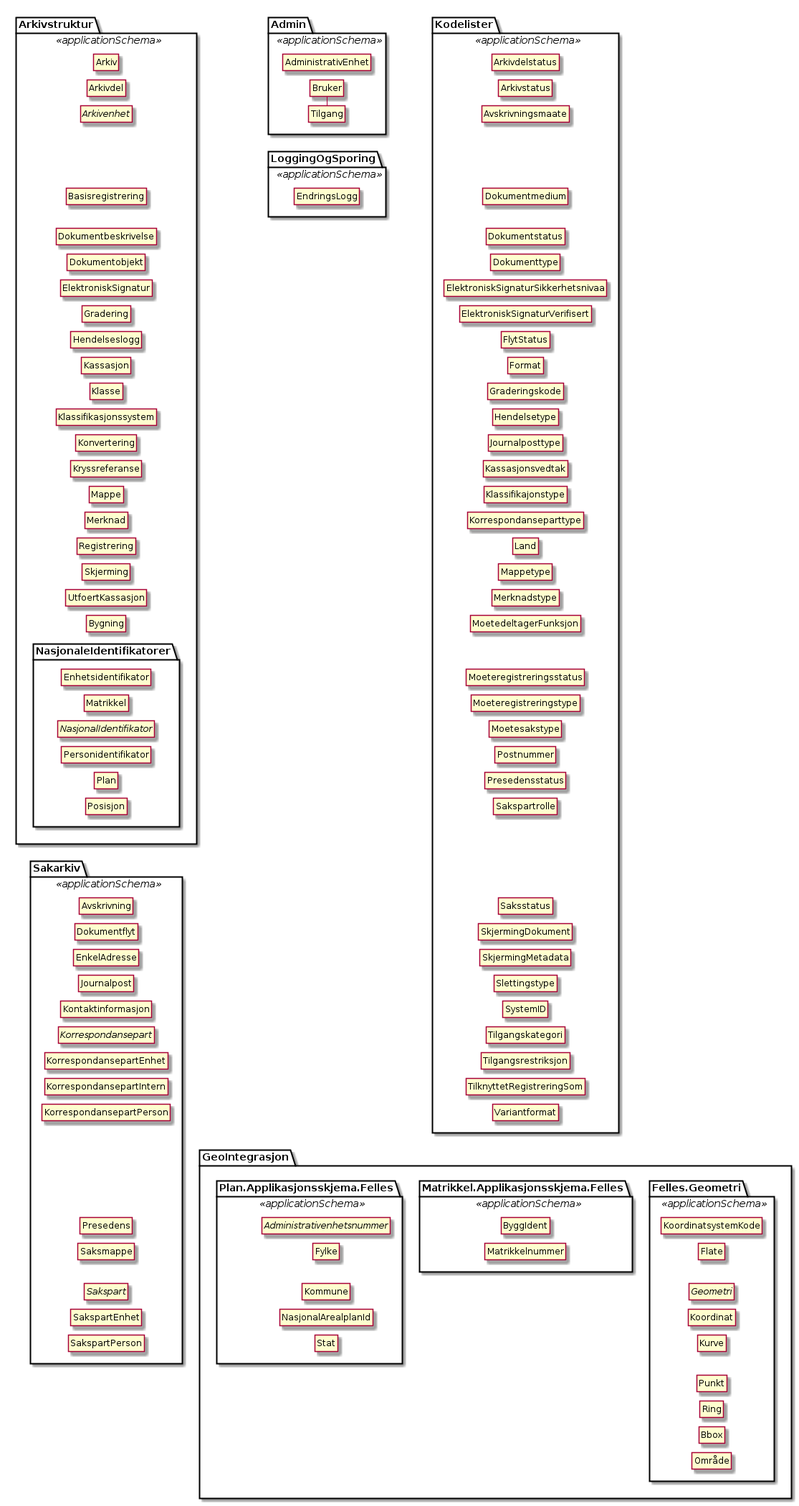
This is kapitler/media/uml-pakker-og-tilhoerende-klasser.png from arkivverket/noark5-tjenestegrensesnitt-standard, a PlantUML export, as it was before one commit.
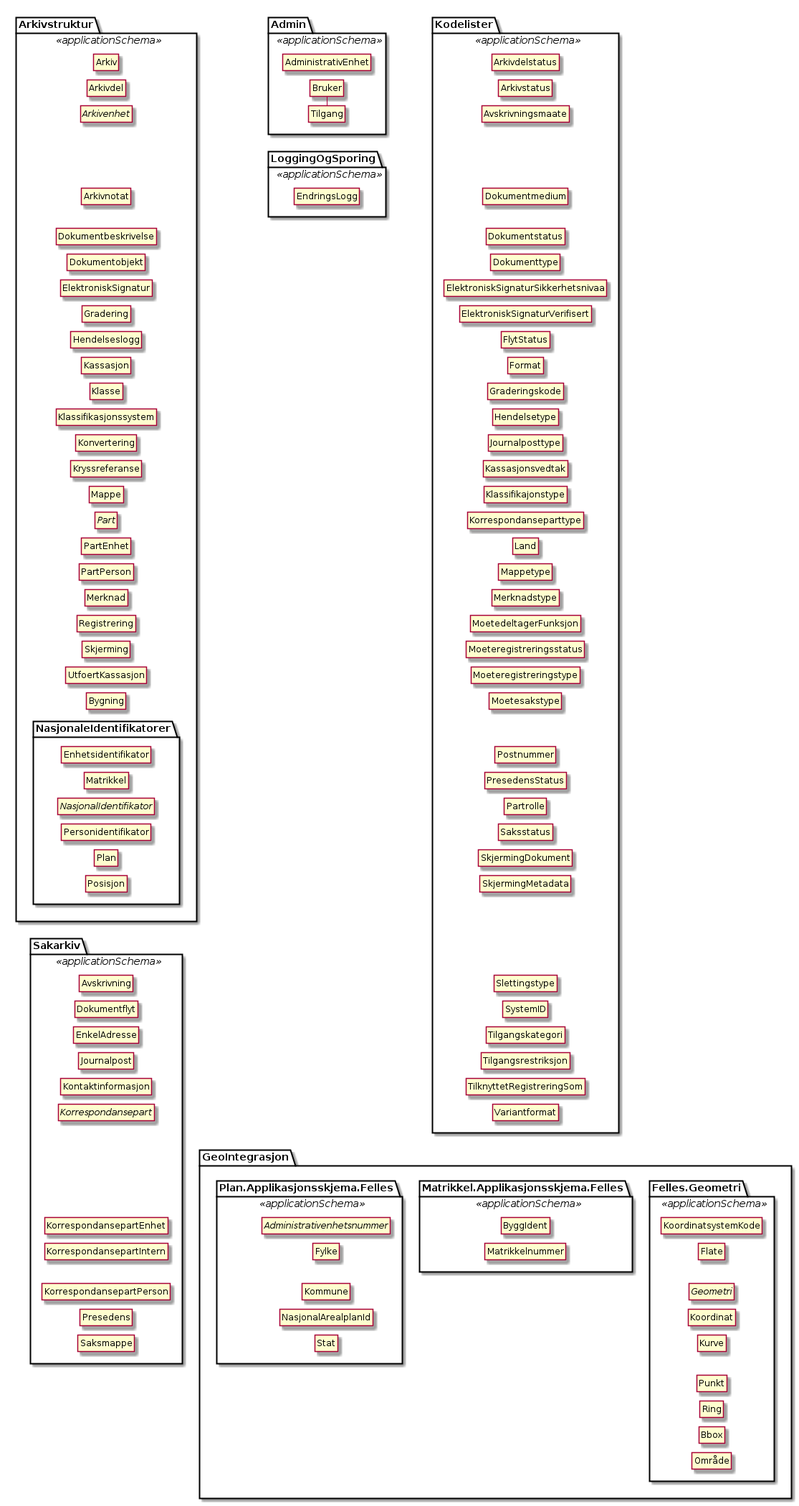
Later version of the same file.

Diff of the diagram source:
```diff
@@ -7,7 +7,6 @@
   class Arkiv
   class Arkivdel
   abstract class Arkivenhet
-  class Basisregistrering
   class Dokumentbeskrivelse
   class Dokumentobjekt
   class ElektroniskSignatur
@@ -19,6 +18,9 @@
   class Konvertering
   class Kryssreferanse
   class Mappe
+  abstract class Part
+  class PartEnhet
+  class PartPerson
   class Merknad
   class Registrering
   class Skjerming
@@ -26,8 +28,8 @@
 
   Arkiv -[hidden]- Arkivdel
   Arkivdel -[hidden]- Arkivenhet
-  Arkivenhet -[hidden]-  Basisregistrering
-  Basisregistrering -[hidden]-  Dokumentbeskrivelse
+  Arkivenhet -[hidden]- Arkivnotat
+  Arkivnotat -[hidden]- Dokumentbeskrivelse
   Dokumentbeskrivelse -[hidden]-  Dokumentobjekt
   Dokumentobjekt -[hidden]-  ElektroniskSignatur
   ElektroniskSignatur -[hidden]-  Gradering
@@ -38,7 +40,10 @@
   Klassifikasjonssystem -[hidden]-  Konvertering
   Konvertering -[hidden]-  Kryssreferanse
   Kryssreferanse -[hidden]-  Mappe
-  Mappe -[hidden]-  Merknad
+  Mappe -[hidden]- Part
+  Part -[hidden]- PartEnhet
+  PartEnhet -[hidden]- PartPerson
+  PartPerson -[hidden]- Merknad
   Merknad -[hidden]-  Registrering
   Registrering -[hidden]-  Skjerming
   Skjerming -[hidden]-  UtfoertKassasjon
@@ -65,6 +70,7 @@
   class Avskrivning
   class Dokumentflyt
   class EnkelAdresse
+  class Arkivnotat
   class Journalpost
   class Kontaktinformasjon
   abstract class Korrespondansepart
@@ -73,9 +79,6 @@
   class KorrespondansepartPerson
   class Presedens
   class Saksmappe
-  abstract class Sakspart
-  class SakspartEnhet
-  class SakspartPerson
 
   Posisjon -[hidden]- Avskrivning
   Avskrivning -[hidden]- Dokumentflyt
@@ -88,9 +91,6 @@
   KorrespondansepartIntern -[hidden]- KorrespondansepartPerson
   KorrespondansepartPerson -[hidden]- Presedens
   Presedens -[hidden]- Saksmappe
-  Saksmappe -[hidden]- Sakspart
-  Sakspart -[hidden]- SakspartEnhet
-  SakspartEnhet -[hidden]- SakspartPerson
 }
 package Admin <<applicationSchema>> {
   class AdministrativEnhet
@@ -130,8 +130,8 @@
   class Moeteregistreringstype
   class Moetesakstype
   class Postnummer
-  class Presedensstatus
-  class Sakspartrolle
+  class PresedensStatus
+  class Partrolle
   class Saksstatus
   class SkjermingDokument
   class SkjermingMetadata
@@ -165,9 +165,9 @@
   Moeteregistreringsstatus -[hidden]- Moeteregistreringstype
   Moeteregistreringstype -[hidden]- Moetesakstype
   Moetesakstype -[hidden]- Postnummer
-  Postnummer -[hidden]- Presedensstatus
-  Presedensstatus -[hidden]- Sakspartrolle
-  Sakspartrolle -[hidden]- Saksstatus
+  Postnummer -[hidden]- PresedensStatus
+  PresedensStatus -[hidden]- Partrolle
+  Partrolle -[hidden]- Saksstatus
   Saksstatus -[hidden]- SkjermingDokument
   SkjermingDokument -[hidden]- SkjermingMetadata
   SkjermingMetadata -[hidden]- Slettingstype
```
